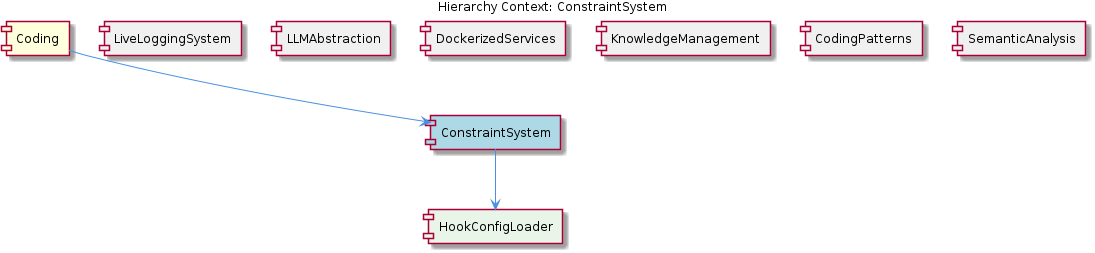
Above: knowledge-management/insights/images/constraint-system-relationship.png in fwornle/coding (PlantUML), before the change. Its source is kept beside it as .data/knowledge-graph/insights/puml/constraint-system-relationship.puml. The source it was exported from:
```plantuml
@startuml
!include _standard-style.puml

title Hierarchy Context: ConstraintSystem

[Coding] as coding #FFFFDD
[ConstraintSystem] as constraint_system #LightBlue
[LiveLoggingSystem] as live_logging_system #F0F0F0
[LLMAbstraction] as llmabstraction #F0F0F0
[DockerizedServices] as dockerized_services #F0F0F0
[KnowledgeManagement] as knowledge_management #F0F0F0
[CodingPatterns] as coding_patterns #F0F0F0
[SemanticAnalysis] as semantic_analysis #F0F0F0
[HookConfigLoader] as hook_config_loader #E8F5E8

coding --> constraint_system
live_logging_system -[hidden]- constraint_system
llmabstraction -[hidden]- constraint_system
dockerized_services -[hidden]- constraint_system
knowledge_management -[hidden]- constraint_system
coding_patterns -[hidden]- constraint_system
semantic_analysis -[hidden]- constraint_system
constraint_system --> hook_config_loader

@enduml
```
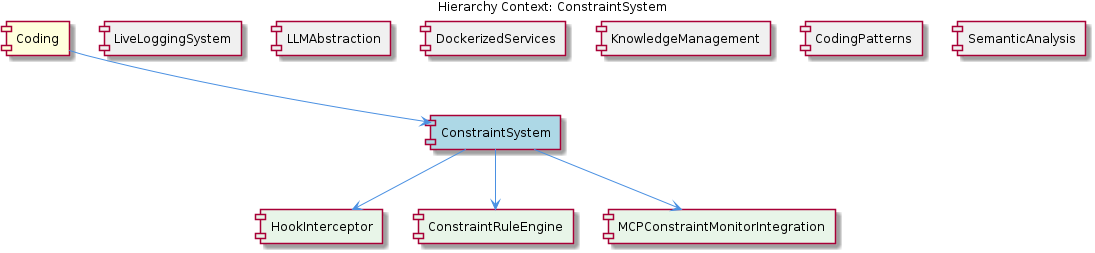
Above is the later version.

The edit, as a diff of the source:
```diff
@@ -11,7 +11,9 @@
 [KnowledgeManagement] as knowledge_management #F0F0F0
 [CodingPatterns] as coding_patterns #F0F0F0
 [SemanticAnalysis] as semantic_analysis #F0F0F0
-[HookConfigLoader] as hook_config_loader #E8F5E8
+[HookInterceptor] as hook_interceptor #E8F5E8
+[ConstraintRuleEngine] as constraint_rule_engine #E8F5E8
+[MCPConstraintMonitorIntegration] as mcpconstraint_monitor_integration #E8F5E8
 
 coding --> constraint_system
 live_logging_system -[hidden]- constraint_system
@@ -20,6 +22,8 @@
 knowledge_management -[hidden]- constraint_system
 coding_patterns -[hidden]- constraint_system
 semantic_analysis -[hidden]- constraint_system
-constraint_system --> hook_config_loader
+constraint_system --> hook_interceptor
+constraint_system --> constraint_rule_engine
+constraint_system --> mcpconstraint_monitor_integration
 
 @enduml
```
